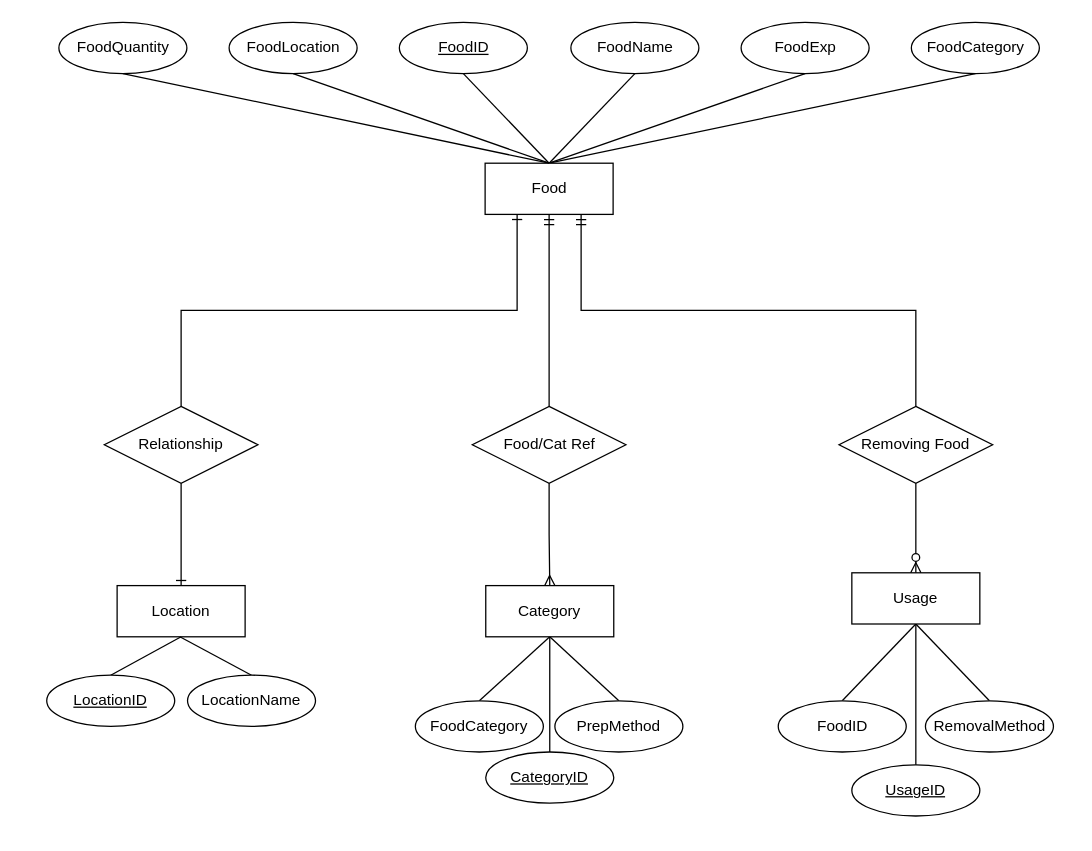
Above: Design/Food App ERD.drawio in jobilo/CSC3220_Food_Waste_Tracker (draw.io), before the change. Source tidied: cells renumbered, new cells numbered last; positions are measured from the earlier drawing's top-left corner, leaving out a move shared by most shapes. Both pictures are drawn from the tidied source at 128%, with x=0, y=0 at pixel (46, 22).
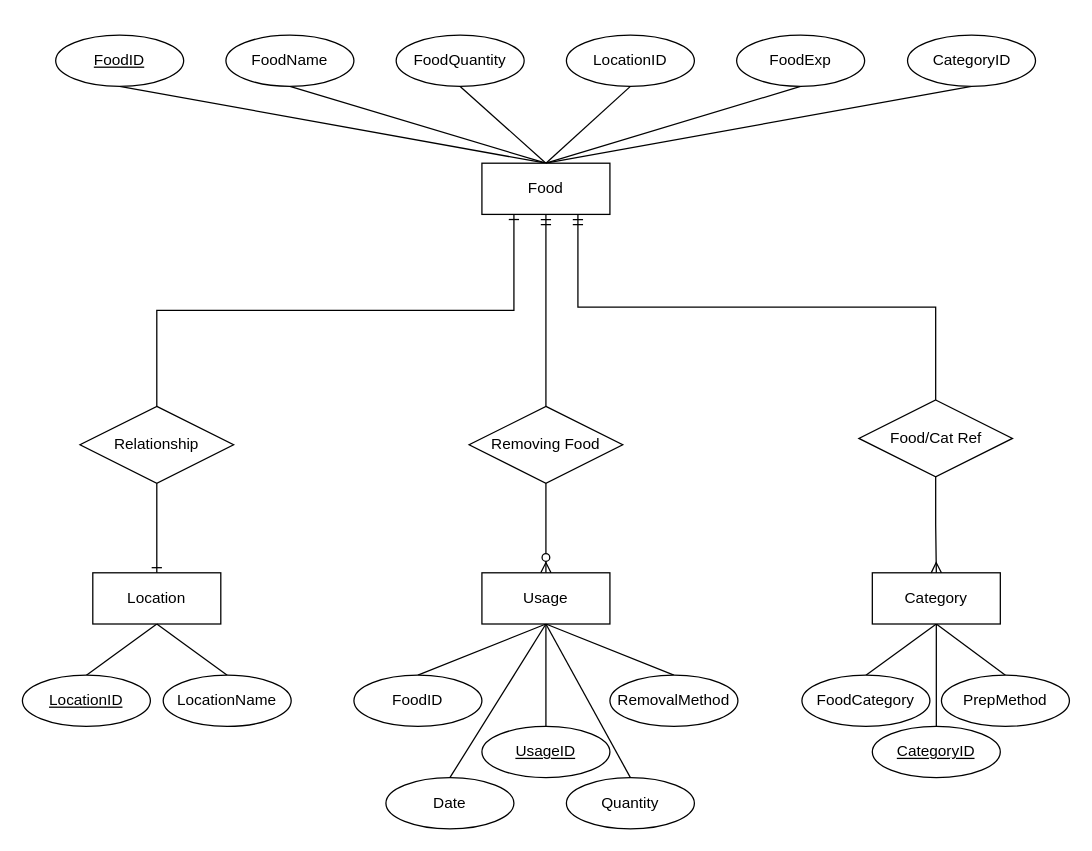
After the change.

Commit message (it also covers changes not shown here):
Upload and update ERD and database schema

The edit, as a diff of the source:
```diff
@@
     <mxCell id="7" value="Food" style="whiteSpace=wrap;html=1;align=center;" parent="1" vertex="1">
-      <mxGeometry x="342.5" y="110" width="100" height="40" as="geometry" />
+      <mxGeometry x="340" y="110" width="100" height="40" as="geometry" />
     </mxCell>
@@
     <mxCell id="11" value="Usage" style="whiteSpace=wrap;html=1;align=center;" parent="1" vertex="1">
-      <mxGeometry x="629" y="430" width="100" height="40" as="geometry" />
+      <mxGeometry x="340" y="430" width="100" height="40" as="geometry" />
     </mxCell>
@@
     <mxCell id="14" value="Category" style="whiteSpace=wrap;html=1;align=center;" parent="1" vertex="1">
-      <mxGeometry x="343" y="440" width="100" height="40" as="geometry" />
+      <mxGeometry x="645" y="430" width="100" height="40" as="geometry" />
     </mxCell>
     <mxCell id="15" value="FoodExp" style="ellipse;whiteSpace=wrap;html=1;align=center;" parent="1" vertex="1">
-      <mxGeometry x="542.5" width="100" height="40" as="geometry" />
+      <mxGeometry x="539" y="10" width="100" height="40" as="geometry" />
     </mxCell>
-    <mxCell id="16" value="FoodCategory" style="ellipse;whiteSpace=wrap;html=1;align=center;" parent="1" vertex="1">
-      <mxGeometry x="675.5" width="100" height="40" as="geometry" />
+    <mxCell id="16" value="CategoryID" style="ellipse;whiteSpace=wrap;html=1;align=center;" parent="1" vertex="1">
+      <mxGeometry x="672.5" y="10" width="100" height="40" as="geometry" />
     </mxCell>
     <mxCell id="17" value="FoodName" style="ellipse;whiteSpace=wrap;html=1;align=center;" parent="1" vertex="1">
-      <mxGeometry x="409.5" width="100" height="40" as="geometry" />
+      <mxGeometry x="140" y="10" width="100" height="40" as="geometry" />
     </mxCell>
     <mxCell id="18" value="FoodID" style="ellipse;whiteSpace=wrap;html=1;align=center;" parent="1" vertex="1">
-      <mxGeometry x="571.5" y="530" width="100" height="40" as="geometry" />
+      <mxGeometry x="240" y="510" width="100" height="40" as="geometry" />
     </mxCell>
     <mxCell id="19" value="RemovalMethod" style="ellipse;whiteSpace=wrap;html=1;align=center;" parent="1" vertex="1">
-      <mxGeometry x="686.5" y="530" width="100" height="40" as="geometry" />
+      <mxGeometry x="440" y="510" width="100" height="40" as="geometry" />
     </mxCell>
     <mxCell id="20" value="FoodCategory" style="ellipse;whiteSpace=wrap;html=1;align=center;" parent="1" vertex="1">
-      <mxGeometry x="288" y="530" width="100" height="40" as="geometry" />
+      <mxGeometry x="590" y="510" width="100" height="40" as="geometry" />
     </mxCell>
     <mxCell id="21" value="PrepMethod" style="ellipse;whiteSpace=wrap;html=1;align=center;" parent="1" vertex="1">
-      <mxGeometry x="397" y="530" width="100" height="40" as="geometry" />
+      <mxGeometry x="699" y="510" width="100" height="40" as="geometry" />
     </mxCell>
@@
-    <mxCell id="23" value="FoodLocation" style="ellipse;whiteSpace=wrap;html=1;align=center;" parent="1" vertex="1">
-      <mxGeometry x="142.5" width="100" height="40" as="geometry" />
+    <mxCell id="23" value="LocationID" style="ellipse;whiteSpace=wrap;html=1;align=center;" parent="1" vertex="1">
+      <mxGeometry x="406" y="10" width="100" height="40" as="geometry" />
     </mxCell>
     <mxCell id="24" value="FoodQuantity" style="ellipse;whiteSpace=wrap;html=1;align=center;" parent="1" vertex="1">
-      <mxGeometry x="9.5" width="100" height="40" as="geometry" />
+      <mxGeometry x="273" y="10" width="100" height="40" as="geometry" />
     </mxCell>
     <mxCell id="25" value="Removing Food" style="shape=rhombus;perimeter=rhombusPerimeter;whiteSpace=wrap;html=1;align=center;" parent="1" vertex="1">
-      <mxGeometry x="619" y="300" width="120" height="60" as="geometry" />
+      <mxGeometry x="330" y="300" width="120" height="60" as="geometry" />
     </mxCell>
@@
-    <mxCell id="27" style="edgeStyle=orthogonalEdgeStyle;fontSize=12;html=1;endArrow=ERmandOne;rounded=0;entryX=0.75;entryY=1;entryDx=0;entryDy=0;exitX=0.5;exitY=0;exitDx=0;exitDy=0;" parent="1" edge="1" source="25" target="7">
+    <mxCell id="27" style="edgeStyle=orthogonalEdgeStyle;fontSize=12;html=1;endArrow=ERmandOne;rounded=0;entryX=0.5;entryY=1;entryDx=0;entryDy=0;exitX=0.5;exitY=0;exitDx=0;exitDy=0;" parent="1" edge="1" source="25" target="7">
       <mxGeometry relative="1" as="geometry" />
     </mxCell>
     <mxCell id="28" value="Food/Cat Ref" style="shape=rhombus;perimeter=rhombusPerimeter;whiteSpace=wrap;html=1;align=center;" parent="1" vertex="1">
-      <mxGeometry x="332.5" y="300" width="120" height="60" as="geometry" />
+      <mxGeometry x="634.5" y="295" width="120" height="60" as="geometry" />
     </mxCell>
@@
-    <mxCell id="30" style="fontSize=12;html=1;endArrow=ERmandOne;rounded=0;entryX=0.5;entryY=1;entryDx=0;entryDy=0;edgeStyle=orthogonalEdgeStyle;" parent="1" edge="1" source="28" target="7">
+    <mxCell id="30" style="fontSize=12;html=1;endArrow=ERmandOne;rounded=0;entryX=0.75;entryY=1;entryDx=0;entryDy=0;edgeStyle=orthogonalEdgeStyle;exitX=0.5;exitY=0;exitDx=0;exitDy=0;" parent="1" edge="1" source="28" target="7">
       <mxGeometry relative="1" as="geometry" />
     </mxCell>
@@
     <mxCell id="32" value="Location" style="whiteSpace=wrap;html=1;align=center;" parent="1" vertex="1">
-      <mxGeometry x="55" y="440" width="100" height="40" as="geometry" />
+      <mxGeometry x="36" y="430" width="100" height="40" as="geometry" />
     </mxCell>
@@
     <mxCell id="34" value="CategoryID" style="ellipse;whiteSpace=wrap;html=1;align=center;fontStyle=4;" parent="1" vertex="1">
-      <mxGeometry x="343" y="570" width="100" height="40" as="geometry" />
+      <mxGeometry x="645" y="550" width="100" height="40" as="geometry" />
     </mxCell>
     <mxCell id="35" value="UsageID" style="ellipse;whiteSpace=wrap;html=1;align=center;fontStyle=4;" parent="1" vertex="1">
-      <mxGeometry x="629" y="580" width="100" height="40" as="geometry" />
+      <mxGeometry x="340" y="550" width="100" height="40" as="geometry" />
     </mxCell>
     <mxCell id="36" value="LocationID" style="ellipse;whiteSpace=wrap;html=1;align=center;fontStyle=4;" parent="1" vertex="1">
-      <mxGeometry y="510" width="100" height="40" as="geometry" />
+      <mxGeometry x="-19" y="510" width="100" height="40" as="geometry" />
     </mxCell>
-    <mxCell id="37" style="rounded=0;jettySize=auto;html=1;exitX=0.5;exitY=0;exitDx=0;exitDy=0;endArrow=none;endFill=0;" parent="1" edge="1" source="38">
-      <mxGeometry relative="1" as="geometry">
-        <mxPoint x="104" y="480" as="targetPoint" />
-      </mxGeometry>
+    <mxCell id="37" style="rounded=0;jettySize=auto;html=1;exitX=0.5;exitY=0;exitDx=0;exitDy=0;endArrow=none;endFill=0;entryX=0.5;entryY=1;entryDx=0;entryDy=0;" parent="1" edge="1" source="38" target="32">
+      <mxGeometry relative="1" as="geometry" />
     </mxCell>
     <mxCell id="38" value="LocationName" style="ellipse;whiteSpace=wrap;html=1;align=center;" parent="1" vertex="1">
-      <mxGeometry x="110" y="510" width="100" height="40" as="geometry" />
+      <mxGeometry x="91" y="510" width="100" height="40" as="geometry" />
     </mxCell>
@@
     <mxCell id="40" value="Relationship" style="shape=rhombus;perimeter=rhombusPerimeter;whiteSpace=wrap;html=1;align=center;" parent="1" vertex="1">
-      <mxGeometry x="45" y="300" width="120" height="60" as="geometry" />
+      <mxGeometry x="26" y="300" width="120" height="60" as="geometry" />
     </mxCell>
@@
     <mxCell id="42" value="FoodID" style="ellipse;whiteSpace=wrap;html=1;align=center;fontStyle=4;" parent="1" vertex="1">
-      <mxGeometry x="275.5" width="100" height="40" as="geometry" />
+      <mxGeometry x="7" y="10" width="100" height="40" as="geometry" />
     </mxCell>
+    <mxCell id="43" style="rounded=0;jettySize=auto;html=1;exitX=0.5;exitY=0;exitDx=0;exitDy=0;entryX=0.5;entryY=1;entryDx=0;entryDy=0;endArrow=none;endFill=0;" parent="1" edge="1" source="44" target="11">
+      <mxGeometry relative="1" as="geometry" />
+    </mxCell>
+    <mxCell id="44" value="Date" style="ellipse;whiteSpace=wrap;html=1;align=center;" parent="1" vertex="1">
+      <mxGeometry x="265" y="590" width="100" height="40" as="geometry" />
+    </mxCell>
+    <mxCell id="45" style="rounded=0;jettySize=auto;html=1;exitX=0.5;exitY=0;exitDx=0;exitDy=0;entryX=0.5;entryY=1;entryDx=0;entryDy=0;endArrow=none;endFill=0;" parent="1" edge="1" source="46" target="11">
+      <mxGeometry relative="1" as="geometry" />
+    </mxCell>
+    <mxCell id="46" value="Quantity" style="ellipse;whiteSpace=wrap;html=1;align=center;" parent="1" vertex="1">
+      <mxGeometry x="406" y="590" width="100" height="40" as="geometry" />
+    </mxCell>
```
